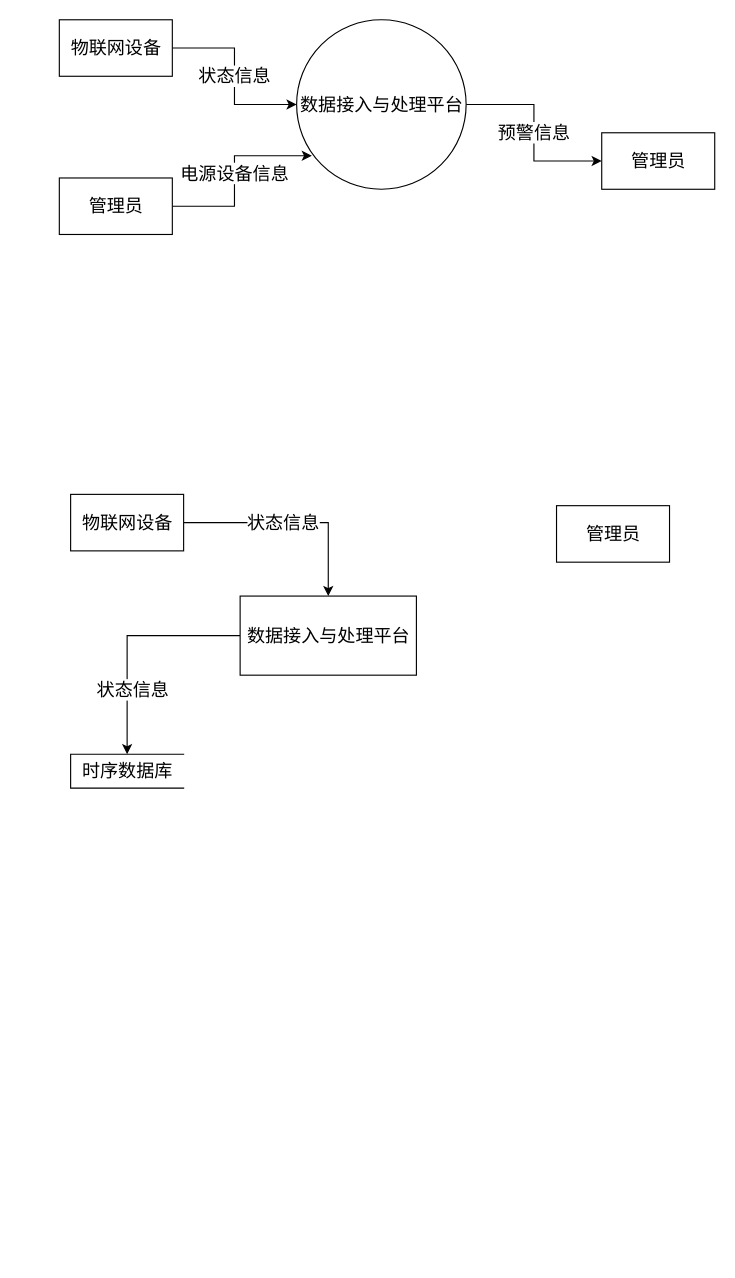
The draw.io diagram 3.1 数据流图.drawio in zhaoning999/notes, before the edit. Source tidied: cells renumbered, new cells numbered last; positions are measured from the earlier drawing's top-left corner, leaving out a move shared by most shapes. Both pictures are drawn from the tidied source at 113%, with x=0, y=0 at pixel (59, 19).
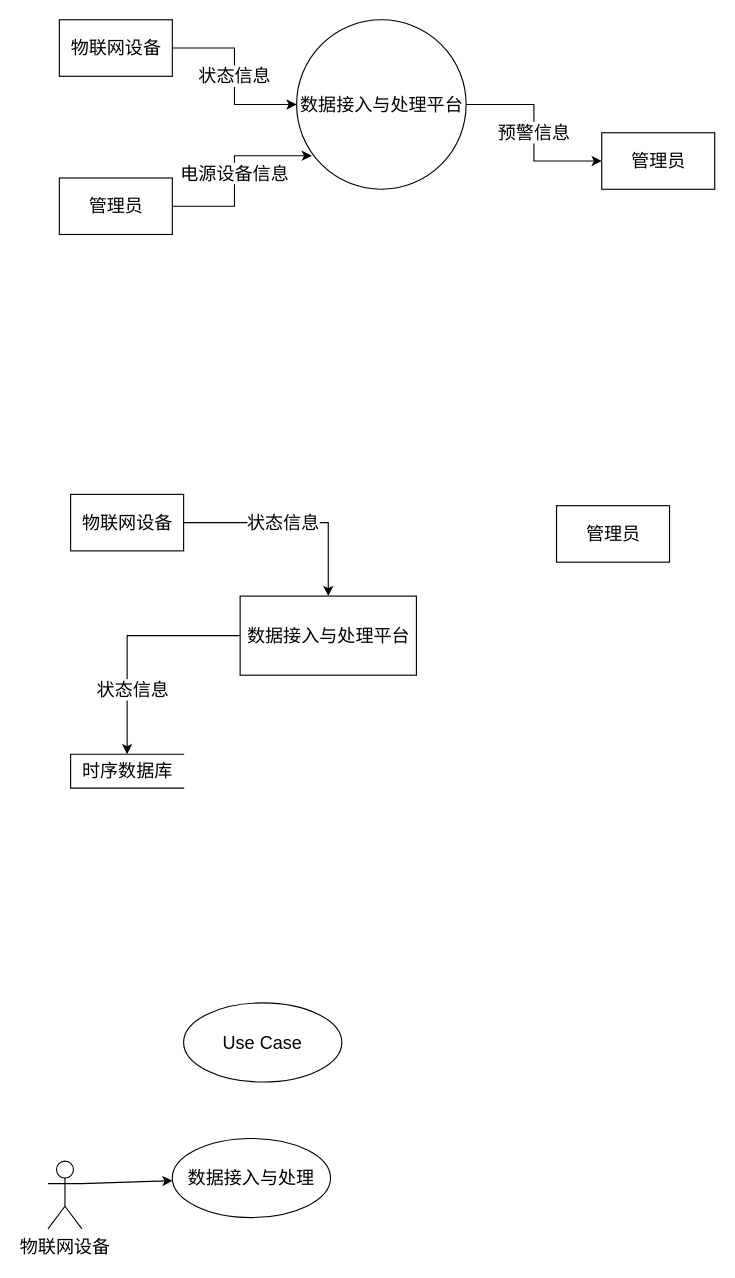
After the change.

Commit message:
更新3.1 数据流图.drawio

What changed in the source:
```diff
@@
+    <mxCell id="17" style="rounded=0;jettySize=auto;html=1;exitX=1;exitY=0.3333333333333333;exitDx=0;exitDy=0;exitPerimeter=0;fontSize=16;" parent="1" edge="1" source="18" target="19">
+      <mxGeometry relative="1" as="geometry" />
+    </mxCell>
+    <mxCell id="18" value="物联网设备" style="shape=umlActor;verticalLabelPosition=bottom;verticalAlign=top;html=1;fontSize=16;" parent="1" vertex="1">
+      <mxGeometry x="-10" y="1010" width="30" height="60" as="geometry" />
+    </mxCell>
+    <mxCell id="19" value="数据接入与处理" style="ellipse;whiteSpace=wrap;html=1;fontSize=16;" parent="1" vertex="1">
+      <mxGeometry x="100" y="990" width="140" height="70" as="geometry" />
+    </mxCell>
+    <mxCell id="20" value="Use Case" style="ellipse;whiteSpace=wrap;html=1;fontSize=16;" parent="1" vertex="1">
+      <mxGeometry x="110" y="870" width="140" height="70" as="geometry" />
+    </mxCell>
```
